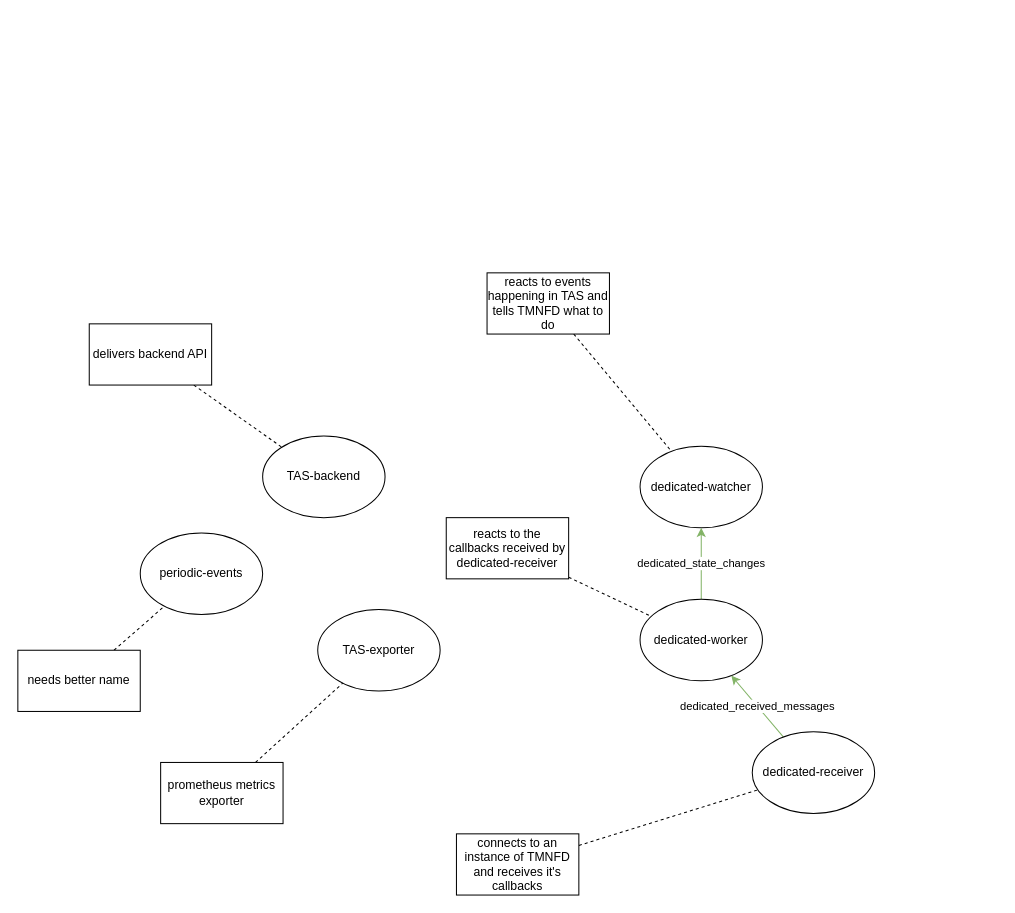
nils-ost/TMNF-TimeAttackServer keeps this draw.io diagram as docs/container_layout.drawio. Above is the earlier version. Source tidied: cells renumbered, new cells numbered last; positions are measured from the earlier drawing's top-left corner, leaving out a move shared by most shapes. Both pictures are drawn from the tidied source at 102%, with x=0, y=0 at pixel (17, 272).
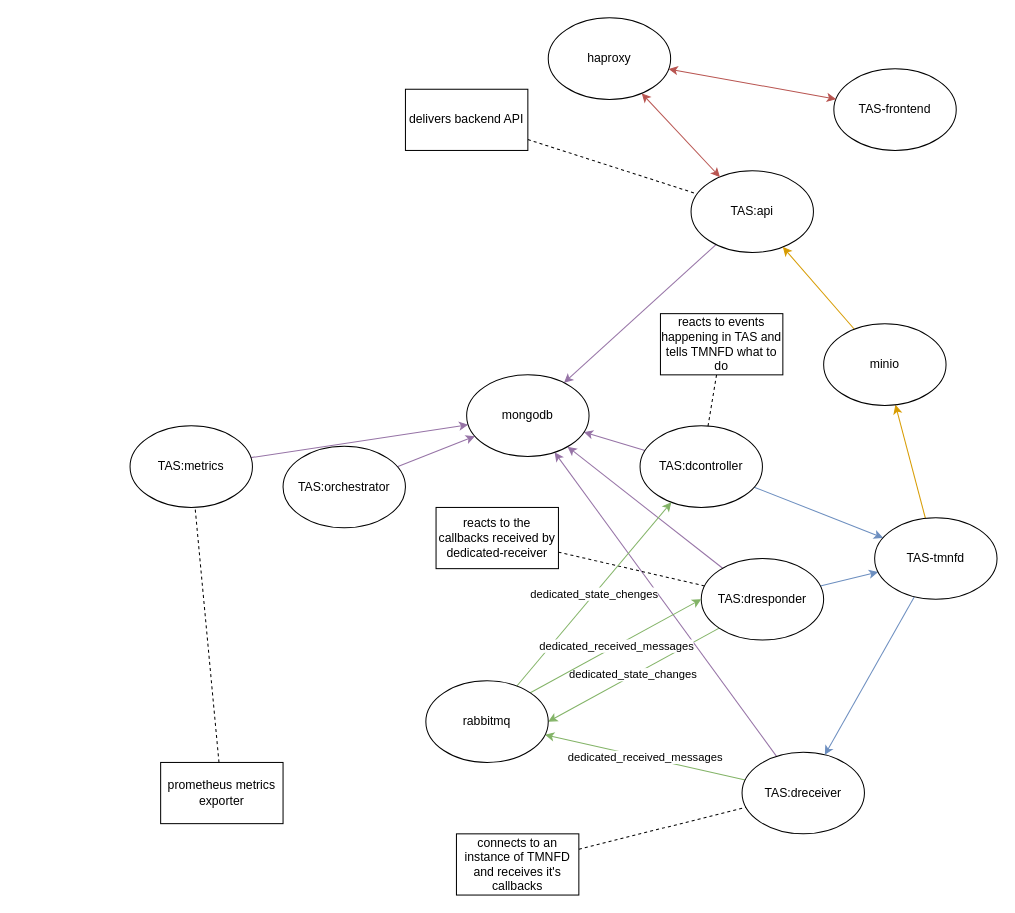
The same diagram, later.

Commit message (it also covers changes not shown here):
tmnfd is now asking orchestrator for it's config

Diff of the diagram source:
```diff
@@
+    <mxCell id="22" style="edgeStyle=none;rounded=0;jettySize=auto;html=1;startArrow=none;startFill=0;fillColor=#e1d5e7;strokeColor=#9673a6;" parent="1" edge="1" source="2" target="35">
+      <mxGeometry relative="1" as="geometry" />
+    </mxCell>
-    <mxCell id="2" value="TAS-backend" style="ellipse;whiteSpace=wrap;html=1;" parent="1" vertex="1">
-      <mxGeometry x="240" y="160" width="120" height="80" as="geometry" />
+    <mxCell id="2" value="TAS:api" style="ellipse;whiteSpace=wrap;html=1;" parent="1" vertex="1">
+      <mxGeometry x="660" y="-100" width="120" height="80" as="geometry" />
     </mxCell>
+    <mxCell id="23" style="edgeStyle=none;rounded=0;jettySize=auto;html=1;startArrow=none;startFill=0;fillColor=#e1d5e7;strokeColor=#9673a6;" parent="1" edge="1" source="3" target="35">
+      <mxGeometry relative="1" as="geometry" />
+    </mxCell>
-    <mxCell id="3" value="TAS-exporter" style="ellipse;whiteSpace=wrap;html=1;" parent="1" vertex="1">
-      <mxGeometry x="294" y="330" width="120" height="80" as="geometry" />
+    <mxCell id="3" value="TAS:metrics" style="ellipse;whiteSpace=wrap;html=1;" parent="1" vertex="1">
+      <mxGeometry x="110" y="150" width="120" height="80" as="geometry" />
     </mxCell>
@@
     <mxCell id="7" value="delivers backend API" style="rounded=0;whiteSpace=wrap;html=1;" parent="1" vertex="1">
-      <mxGeometry x="70" y="50" width="120" height="60" as="geometry" />
+      <mxGeometry x="380" y="-180" width="120" height="60" as="geometry" />
     </mxCell>
-    <mxCell id="8" value="periodic-events" style="ellipse;whiteSpace=wrap;html=1;" parent="1" vertex="1">
-      <mxGeometry x="120" y="255" width="120" height="80" as="geometry" />
-    </mxCell>
-    <mxCell id="9" style="edgeStyle=none;rounded=0;jettySize=auto;html=1;dashed=1;endArrow=none;endFill=0;" parent="1" edge="1" source="10" target="8">
-      <mxGeometry relative="1" as="geometry" />
-    </mxCell>
-    <mxCell id="10" value="needs better name" style="rounded=0;whiteSpace=wrap;html=1;" parent="1" vertex="1">
-      <mxGeometry y="370" width="120" height="60" as="geometry" />
-    </mxCell>
+    <mxCell id="24" style="rounded=0;jettySize=auto;html=1;fillColor=#dae8fc;strokeColor=#6c8ebf;" parent="1" edge="1" source="11" target="33">
+      <mxGeometry relative="1" as="geometry" />
+    </mxCell>
+    <mxCell id="25" style="edgeStyle=none;rounded=0;jettySize=auto;html=1;startArrow=none;startFill=0;fillColor=#e1d5e7;strokeColor=#9673a6;" parent="1" edge="1" source="11" target="35">
+      <mxGeometry relative="1" as="geometry" />
+    </mxCell>
-    <mxCell id="11" value="dedicated-watcher" style="ellipse;whiteSpace=wrap;html=1;" parent="1" vertex="1">
-      <mxGeometry x="610" y="170" width="120" height="80" as="geometry" />
+    <mxCell id="11" value="TAS:dcontroller" style="ellipse;whiteSpace=wrap;html=1;" parent="1" vertex="1">
+      <mxGeometry x="610" y="150" width="120" height="80" as="geometry" />
     </mxCell>
-    <mxCell id="12" value="dedicated_state_changes" style="edgeStyle=none;rounded=0;jettySize=auto;html=1;fillColor=#d5e8d4;strokeColor=#82b366;" parent="1" edge="1" source="13" target="11">
+    <mxCell id="12" value="dedicated_state_changes" style="edgeStyle=none;rounded=0;jettySize=auto;html=1;fillColor=#d5e8d4;strokeColor=#82b366;exitX=0;exitY=1;exitDx=0;exitDy=0;entryX=1;entryY=0.5;entryDx=0;entryDy=0;" parent="1" edge="1" source="13" target="38">
       <mxGeometry relative="1" as="geometry" />
     </mxCell>
+    <mxCell id="26" style="edgeStyle=none;rounded=0;jettySize=auto;html=1;fillColor=#dae8fc;strokeColor=#6c8ebf;" parent="1" edge="1" source="13" target="33">
+      <mxGeometry relative="1" as="geometry" />
+    </mxCell>
+    <mxCell id="27" style="edgeStyle=none;rounded=0;jettySize=auto;html=1;startArrow=none;startFill=0;fillColor=#e1d5e7;strokeColor=#9673a6;" parent="1" edge="1" source="13" target="35">
+      <mxGeometry relative="1" as="geometry" />
+    </mxCell>
-    <mxCell id="13" value="dedicated-worker" style="ellipse;whiteSpace=wrap;html=1;" parent="1" vertex="1">
-      <mxGeometry x="610" y="320" width="120" height="80" as="geometry" />
+    <mxCell id="13" value="TAS:dresponder" style="ellipse;whiteSpace=wrap;html=1;" parent="1" vertex="1">
+      <mxGeometry x="670" y="280" width="120" height="80" as="geometry" />
     </mxCell>
-    <mxCell id="14" value="dedicated_received_messages" style="rounded=0;jettySize=auto;html=1;fillColor=#d5e8d4;strokeColor=#82b366;" parent="1" edge="1" source="15" target="13">
+    <mxCell id="14" value="dedicated_received_messages" style="rounded=0;jettySize=auto;html=1;fillColor=#d5e8d4;strokeColor=#82b366;" parent="1" edge="1" source="15" target="38">
       <mxGeometry relative="1" as="geometry" />
     </mxCell>
+    <mxCell id="28" style="edgeStyle=none;rounded=0;jettySize=auto;html=1;startArrow=none;startFill=0;fillColor=#e1d5e7;strokeColor=#9673a6;" parent="1" edge="1" source="15" target="35">
+      <mxGeometry relative="1" as="geometry" />
+    </mxCell>
-    <mxCell id="15" value="dedicated-receiver" style="ellipse;whiteSpace=wrap;html=1;" parent="1" vertex="1">
-      <mxGeometry x="720" y="450" width="120" height="80" as="geometry" />
+    <mxCell id="15" value="TAS:dreceiver" style="ellipse;whiteSpace=wrap;html=1;" parent="1" vertex="1">
+      <mxGeometry x="710" y="470" width="120" height="80" as="geometry" />
     </mxCell>
@@
     <mxCell id="19" value="reacts to the callbacks received by dedicated-receiver" style="rounded=0;whiteSpace=wrap;html=1;" parent="1" vertex="1">
-      <mxGeometry x="420" y="240" width="120" height="60" as="geometry" />
+      <mxGeometry x="410" y="230" width="120" height="60" as="geometry" />
     </mxCell>
@@
     <mxCell id="21" value="reacts to events happening in TAS and tells TMNFD what to do" style="rounded=0;whiteSpace=wrap;html=1;" parent="1" vertex="1">
-      <mxGeometry x="460" width="120" height="60" as="geometry" />
+      <mxGeometry x="630" y="40" width="120" height="60" as="geometry" />
     </mxCell>
+    <mxCell id="29" style="edgeStyle=none;rounded=0;jettySize=auto;html=1;startArrow=none;startFill=0;fillColor=#e1d5e7;strokeColor=#9673a6;" parent="1" edge="1" source="30" target="35">
+      <mxGeometry relative="1" as="geometry" />
+    </mxCell>
+    <mxCell id="30" value="TAS:orchestrator" style="ellipse;whiteSpace=wrap;html=1;" parent="1" vertex="1">
+      <mxGeometry x="260" y="170" width="120" height="80" as="geometry" />
+    </mxCell>
+    <mxCell id="31" style="edgeStyle=none;rounded=0;jettySize=auto;html=1;fillColor=#dae8fc;strokeColor=#6c8ebf;" parent="1" edge="1" source="33" target="15">
+      <mxGeometry relative="1" as="geometry" />
+    </mxCell>
+    <mxCell id="32" style="edgeStyle=none;rounded=0;jettySize=auto;html=1;startArrow=none;startFill=0;fillColor=#ffe6cc;strokeColor=#d79b00;" parent="1" edge="1" source="33" target="40">
+      <mxGeometry relative="1" as="geometry" />
+    </mxCell>
+    <mxCell id="33" value="TAS-tmnfd" style="ellipse;whiteSpace=wrap;html=1;" parent="1" vertex="1">
+      <mxGeometry x="840" y="240" width="120" height="80" as="geometry" />
+    </mxCell>
+    <mxCell id="34" value="TAS-frontend" style="ellipse;whiteSpace=wrap;html=1;" parent="1" vertex="1">
+      <mxGeometry x="800" y="-200" width="120" height="80" as="geometry" />
+    </mxCell>
+    <mxCell id="35" value="mongodb" style="ellipse;whiteSpace=wrap;html=1;" parent="1" vertex="1">
+      <mxGeometry x="440" y="100" width="120" height="80" as="geometry" />
+    </mxCell>
+    <mxCell id="36" value="dedicated_state_chenges" style="edgeStyle=none;rounded=0;jettySize=auto;html=1;startArrow=none;startFill=0;fillColor=#d5e8d4;strokeColor=#82b366;" parent="1" edge="1" source="38" target="11">
+      <mxGeometry relative="1" as="geometry" />
+    </mxCell>
+    <mxCell id="37" value="dedicated_received_messages" style="edgeStyle=none;rounded=0;jettySize=auto;html=1;startArrow=none;startFill=0;fillColor=#d5e8d4;strokeColor=#82b366;entryX=0;entryY=0.5;entryDx=0;entryDy=0;exitX=1;exitY=0;exitDx=0;exitDy=0;" parent="1" edge="1" source="38" target="13">
+      <mxGeometry relative="1" as="geometry" />
+    </mxCell>
+    <mxCell id="38" value="rabbitmq" style="ellipse;whiteSpace=wrap;html=1;" parent="1" vertex="1">
+      <mxGeometry x="400" y="400" width="120" height="80" as="geometry" />
+    </mxCell>
+    <mxCell id="39" style="edgeStyle=none;rounded=0;jettySize=auto;html=1;startArrow=none;startFill=0;fillColor=#ffe6cc;strokeColor=#d79b00;" parent="1" edge="1" source="40" target="2">
+      <mxGeometry relative="1" as="geometry" />
+    </mxCell>
+    <mxCell id="40" value="minio" style="ellipse;whiteSpace=wrap;html=1;" parent="1" vertex="1">
+      <mxGeometry x="790" y="50" width="120" height="80" as="geometry" />
+    </mxCell>
+    <mxCell id="41" style="edgeStyle=none;rounded=0;jettySize=auto;html=1;startArrow=classic;startFill=1;fillColor=#f8cecc;strokeColor=#b85450;" parent="1" edge="1" source="43" target="2">
+      <mxGeometry relative="1" as="geometry" />
+    </mxCell>
+    <mxCell id="42" style="edgeStyle=none;rounded=0;jettySize=auto;html=1;startArrow=classic;startFill=1;fillColor=#f8cecc;strokeColor=#b85450;" parent="1" edge="1" source="43" target="34">
+      <mxGeometry relative="1" as="geometry" />
+    </mxCell>
+    <mxCell id="43" value="haproxy" style="ellipse;whiteSpace=wrap;html=1;" parent="1" vertex="1">
+      <mxGeometry x="520" y="-250" width="120" height="80" as="geometry" />
+    </mxCell>
```
